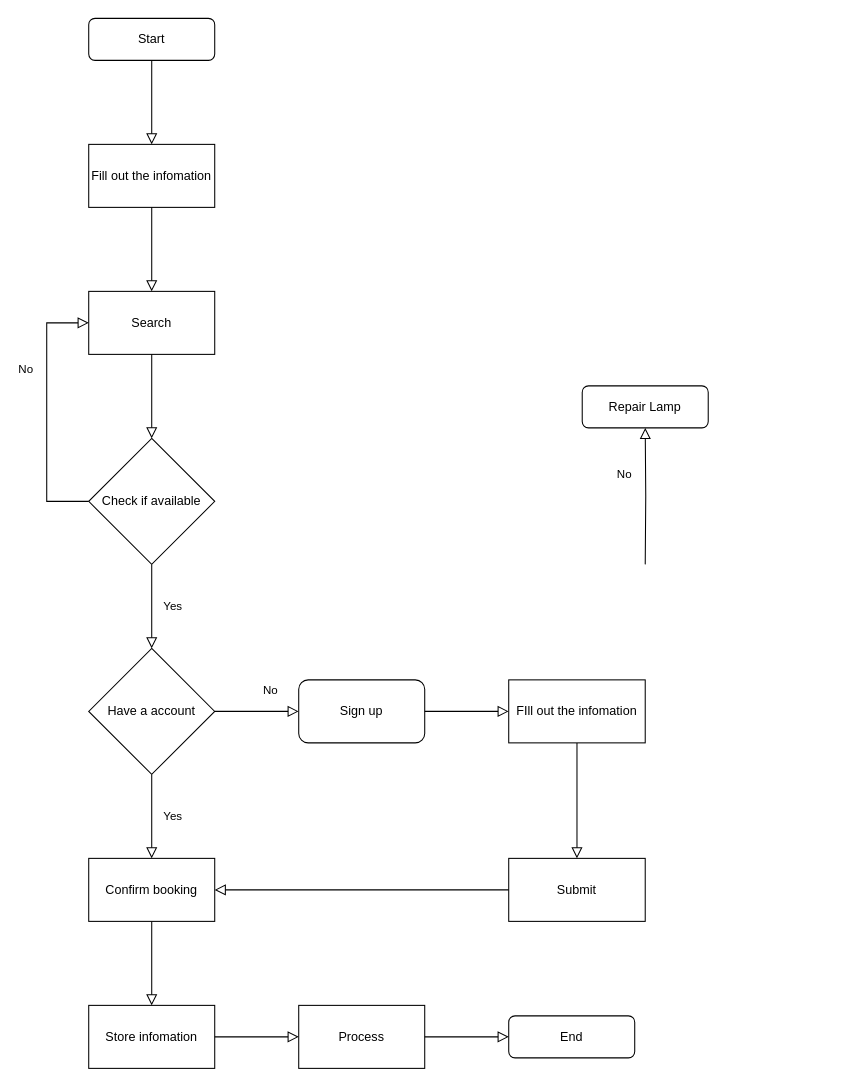
The draw.io diagram flowchart_datphong.drawio in alikuxac/alikuxac, before the edit. Source tidied: cells renumbered, new cells numbered last; positions are measured from the earlier drawing's top-left corner, leaving out a move shared by most shapes. Both pictures are drawn from the tidied source at 105%, with x=0, y=0 at pixel (46, 18).
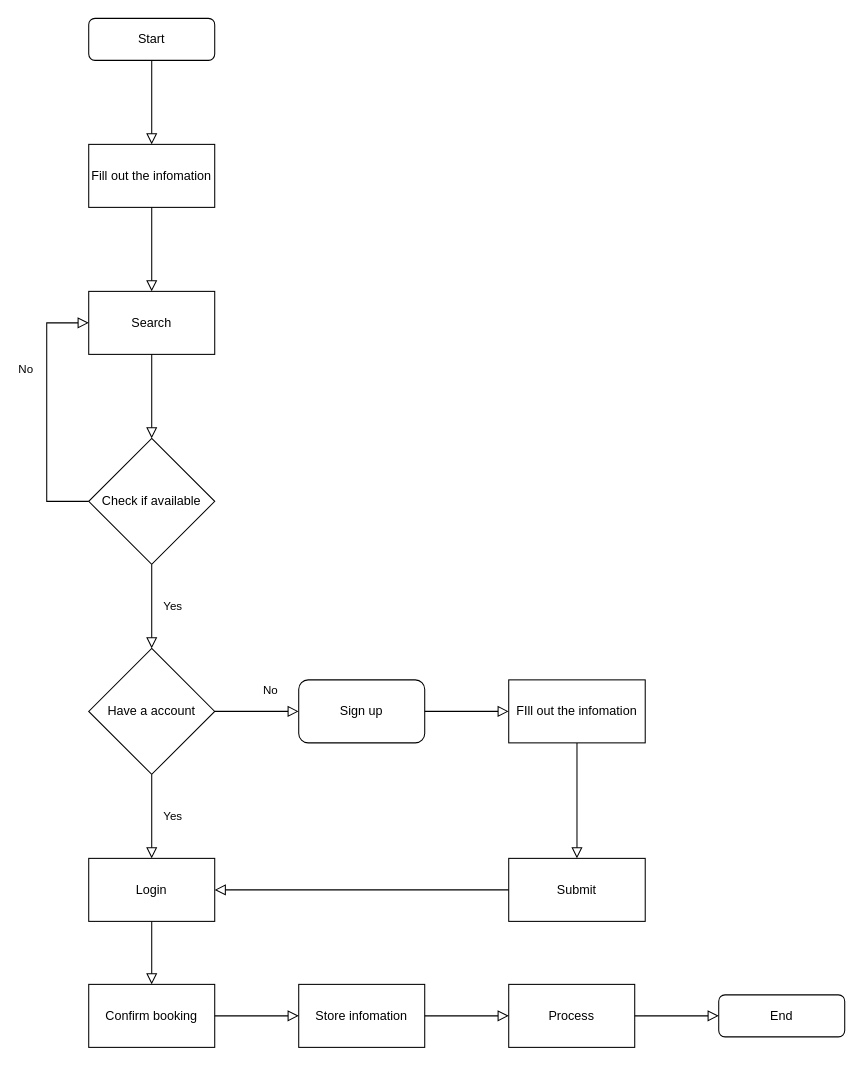
After the change.

Diff of the diagram source:
```diff
@@
-    <mxCell id="4" value="No" style="rounded=0;html=1;jettySize=auto;fontSize=11;endArrow=block;endFill=0;endSize=8;strokeWidth=1;shadow=0;labelBackgroundColor=none;edgeStyle=orthogonalEdgeStyle;" parent="1" edge="1" target="5">
-      <mxGeometry x="0.33" y="20" relative="1" as="geometry">
-        <mxPoint x="570" y="520" as="sourcePoint" />
-      </mxGeometry>
-    </mxCell>
-    <mxCell id="5" value="Repair Lamp" style="rounded=1;whiteSpace=wrap;html=1;fontSize=12;glass=0;strokeWidth=1;shadow=0;" parent="1" vertex="1">
-      <mxGeometry x="510" y="350" width="120" height="40" as="geometry" />
-    </mxCell>
@@
-    <mxCell id="21" value="Confirm booking" style="rounded=0;whiteSpace=wrap;html=1;" parent="1" vertex="1">
+    <mxCell id="21" value="Login" style="rounded=0;whiteSpace=wrap;html=1;" parent="1" vertex="1">
       <mxGeometry x="40" y="800" width="120" height="60" as="geometry" />
     </mxCell>
@@
     <mxCell id="23" value="Store infomation" style="rounded=0;whiteSpace=wrap;html=1;" parent="1" vertex="1">
-      <mxGeometry x="40" y="940" width="120" height="60" as="geometry" />
+      <mxGeometry x="240" y="920" width="120" height="60" as="geometry" />
     </mxCell>
     <mxCell id="24" value="Process" style="rounded=0;whiteSpace=wrap;html=1;" parent="1" vertex="1">
-      <mxGeometry x="240" y="940" width="120" height="60" as="geometry" />
+      <mxGeometry x="440" y="920" width="120" height="60" as="geometry" />
     </mxCell>
     <mxCell id="25" value="End" style="rounded=1;whiteSpace=wrap;html=1;fontSize=12;glass=0;strokeWidth=1;shadow=0;" parent="1" vertex="1">
-      <mxGeometry x="440" y="950" width="120" height="40" as="geometry" />
+      <mxGeometry x="640" y="930" width="120" height="40" as="geometry" />
     </mxCell>
-    <mxCell id="26" style="rounded=0;html=1;jettySize=auto;fontSize=11;endArrow=block;endFill=0;endSize=8;strokeWidth=1;shadow=0;labelBackgroundColor=none;edgeStyle=orthogonalEdgeStyle;entryX=0.5;entryY=0;entryDx=0;entryDy=0;exitX=0.5;exitY=1;exitDx=0;exitDy=0;" parent="1" edge="1" source="21" target="23">
+    <mxCell id="26" style="rounded=0;html=1;jettySize=auto;fontSize=11;endArrow=block;endFill=0;endSize=8;strokeWidth=1;shadow=0;labelBackgroundColor=none;edgeStyle=orthogonalEdgeStyle;exitX=0.5;exitY=1;exitDx=0;exitDy=0;entryX=0.5;entryY=0;entryDx=0;entryDy=0;" parent="1" edge="1" source="21" target="29">
       <mxGeometry relative="1" as="geometry" />
     </mxCell>
@@
+    <mxCell id="29" value="Confirm booking" style="rounded=0;whiteSpace=wrap;html=1;" parent="1" vertex="1">
+      <mxGeometry x="40" y="920" width="120" height="60" as="geometry" />
+    </mxCell>
+    <mxCell id="30" style="rounded=0;html=1;jettySize=auto;fontSize=11;endArrow=block;endFill=0;endSize=8;strokeWidth=1;shadow=0;labelBackgroundColor=none;edgeStyle=orthogonalEdgeStyle;exitX=1;exitY=0.5;exitDx=0;exitDy=0;entryX=0;entryY=0.5;entryDx=0;entryDy=0;" parent="1" edge="1" source="29" target="23">
+      <mxGeometry relative="1" as="geometry" />
+    </mxCell>
```
